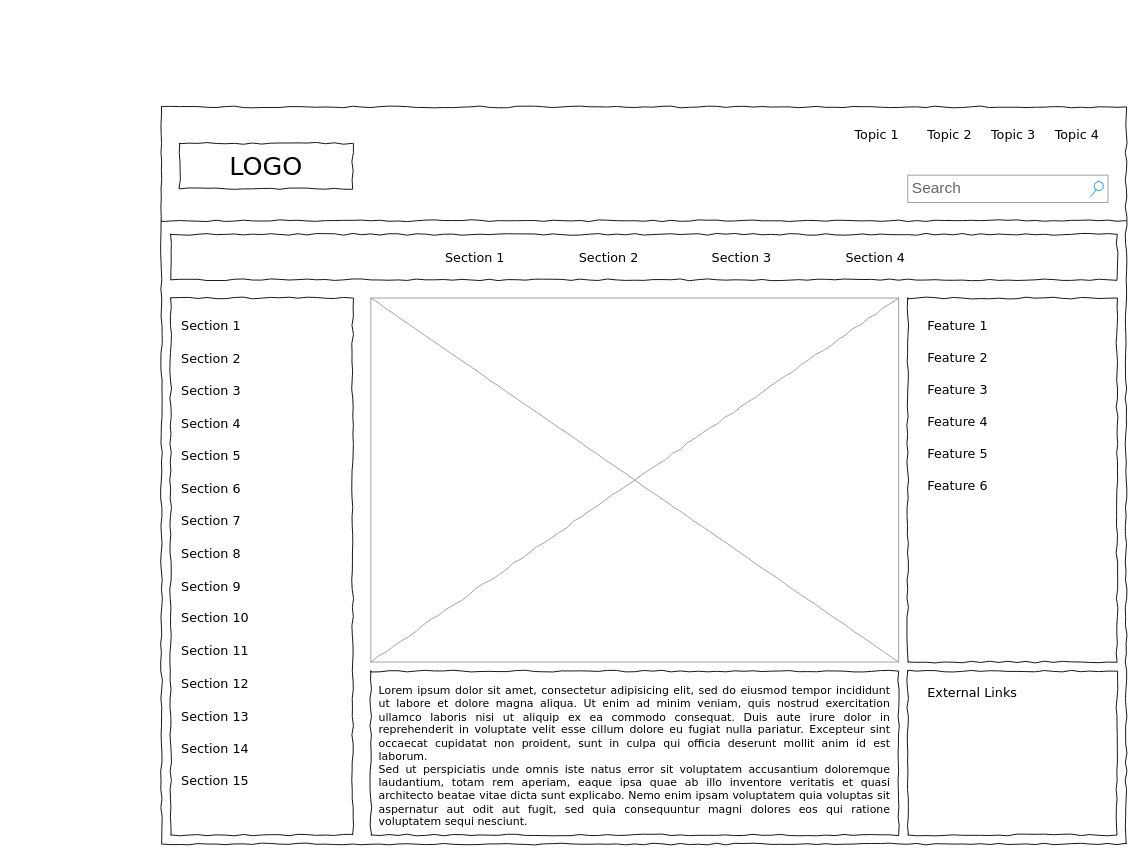
Henriejo2308/Webutvikling2022 keeps this draw.io diagram as Untitled Diagram.drawio. Above is the earlier version. Source tidied: cells renumbered, new cells numbered last; positions are measured from the earlier drawing's top-left corner, leaving out a move shared by most shapes. Both pictures are drawn from the tidied source at 91%, with x=0, y=0 at pixel (161, 106).
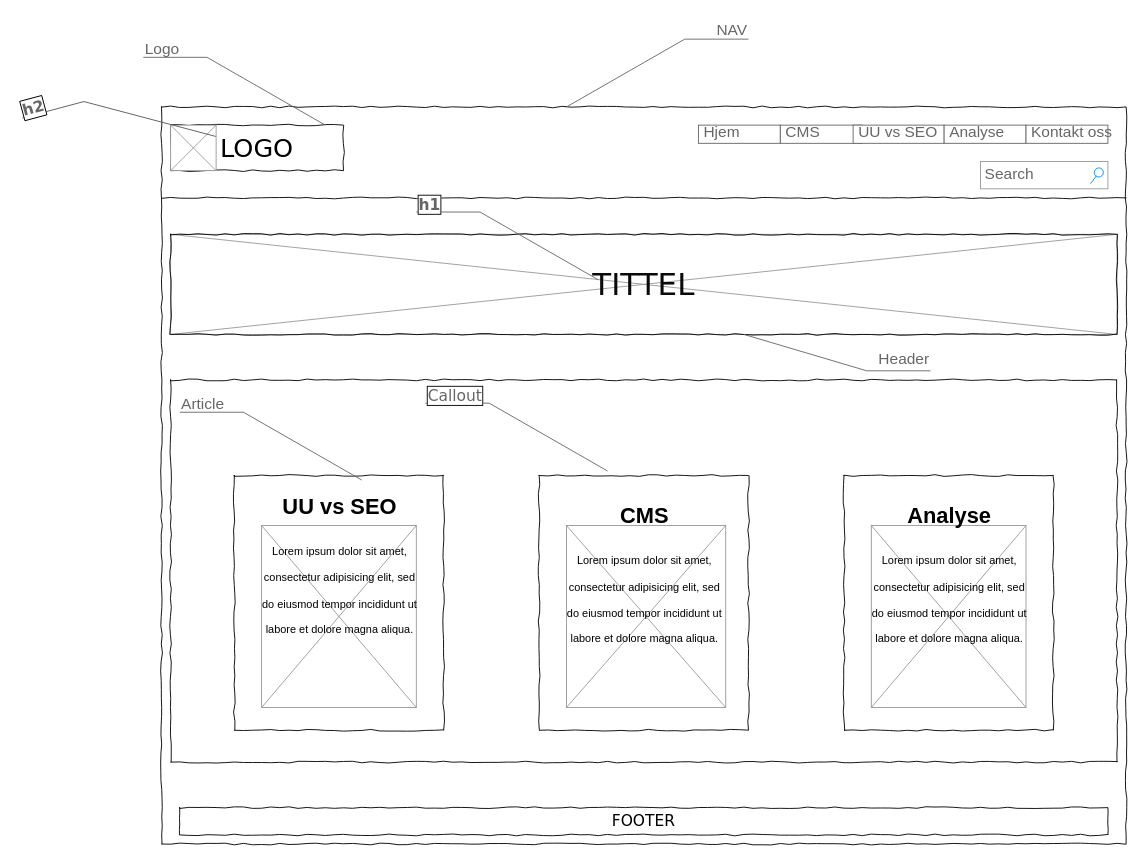
The same diagram, later.

Diff of the diagram source:
```diff
@@
+    <mxCell id="42" style="verticalLabelPosition=bottom;shadow=0;dashed=0;align=center;html=1;verticalAlign=top;strokeWidth=1;shape=mxgraph.mockup.graphics.simpleIcon;strokeColor=#999999;fontSize=34;fontColor=#0A0A0A;" parent="1" vertex="1">
+      <mxGeometry x="110" y="460" width="170" height="200" as="geometry" />
+    </mxCell>
+    <mxCell id="43" style="verticalLabelPosition=bottom;shadow=0;dashed=0;align=center;html=1;verticalAlign=top;strokeWidth=1;shape=mxgraph.mockup.graphics.simpleIcon;strokeColor=#999999;fontSize=34;fontColor=#0A0A0A;" parent="1" vertex="1">
+      <mxGeometry x="780" y="460" width="170" height="200" as="geometry" />
+    </mxCell>
+    <mxCell id="44" style="verticalLabelPosition=bottom;shadow=0;dashed=0;align=center;html=1;verticalAlign=top;strokeWidth=1;shape=mxgraph.mockup.graphics.simpleIcon;strokeColor=#999999;fontSize=34;fontColor=#0A0A0A;" parent="1" vertex="1">
+      <mxGeometry x="445" y="460" width="175" height="200" as="geometry" />
+    </mxCell>
+    <mxCell id="45" style="verticalLabelPosition=bottom;shadow=0;dashed=0;align=center;html=1;verticalAlign=top;strokeWidth=1;shape=mxgraph.mockup.graphics.simpleIcon;strokeColor=#999999;fontSize=34;fontColor=#0A0A0A;" parent="1" vertex="1">
+      <mxGeometry x="10" y="140" width="1040" height="110" as="geometry" />
+    </mxCell>
@@
     <mxCell id="3" value="LOGO" style="whiteSpace=wrap;html=1;rounded=0;shadow=0;labelBackgroundColor=none;strokeWidth=1;fontFamily=Verdana;fontSize=28;align=center;comic=1;" parent="1" vertex="1">
-      <mxGeometry x="20" y="40" width="190" height="50" as="geometry" />
+      <mxGeometry x="10" y="20" width="190" height="50" as="geometry" />
     </mxCell>
     <mxCell id="4" value="Search" style="strokeWidth=1;shadow=0;dashed=0;align=center;html=1;shape=mxgraph.mockup.forms.searchBox;strokeColor=#999999;mainText=;strokeColor2=#008cff;fontColor=#666666;fontSize=17;align=left;spacingLeft=3;rounded=0;labelBackgroundColor=none;comic=1;" parent="1" vertex="1">
-      <mxGeometry x="820" y="75" width="220" height="30" as="geometry" />
+      <mxGeometry x="900" y="60" width="140" height="30" as="geometry" />
     </mxCell>
-    <mxCell id="5" value="Topic 1" style="text;html=1;align=left;verticalAlign=top;spacingTop=-4;fontSize=14;fontFamily=Verdana;" parent="1" vertex="1">
-      <mxGeometry x="760" y="20" width="60" height="20" as="geometry" />
-    </mxCell>
-    <mxCell id="6" value="Topic 2" style="text;html=1;align=left;verticalAlign=top;spacingTop=-4;fontSize=14;fontFamily=Verdana;" parent="1" vertex="1">
-      <mxGeometry x="840" y="20" width="60" height="20" as="geometry" />
-    </mxCell>
-    <mxCell id="7" value="Topic 3" style="text;html=1;align=left;verticalAlign=top;spacingTop=-4;fontSize=14;fontFamily=Verdana;" parent="1" vertex="1">
-      <mxGeometry x="910" y="20" width="60" height="20" as="geometry" />
-    </mxCell>
-    <mxCell id="8" value="Topic 4" style="text;html=1;align=left;verticalAlign=top;spacingTop=-4;fontSize=14;fontFamily=Verdana;" parent="1" vertex="1">
-      <mxGeometry x="980" y="20" width="60" height="20" as="geometry" />
-    </mxCell>
-    <mxCell id="9" style="whiteSpace=wrap;html=1;rounded=0;shadow=0;labelBackgroundColor=none;strokeWidth=1;fillColor=none;fontFamily=Verdana;fontSize=12;align=center;comic=1;" parent="1" vertex="1">
-      <mxGeometry x="10" y="210" width="200" height="590" as="geometry" />
-    </mxCell>
     <mxCell id="10" style="line;strokeWidth=1;html=1;rounded=0;shadow=0;labelBackgroundColor=none;fillColor=none;fontFamily=Verdana;fontSize=14;fontColor=#000000;align=center;comic=1;" parent="1" vertex="1">
-      <mxGeometry y="120" width="1060" height="10" as="geometry" />
+      <mxGeometry y="95" width="1060" height="10" as="geometry" />
     </mxCell>
-    <mxCell id="11" style="whiteSpace=wrap;html=1;rounded=0;shadow=0;labelBackgroundColor=none;strokeWidth=1;fillColor=none;fontFamily=Verdana;fontSize=12;align=center;comic=1;" parent="1" vertex="1">
-      <mxGeometry x="10" y="140" width="1040" height="50" as="geometry" />
+    <mxCell id="11" value="&lt;font style=&quot;font-size: 34px;&quot; color=&quot;#0a0a0a&quot;&gt;TITTEL&lt;/font&gt;" style="whiteSpace=wrap;html=1;rounded=0;shadow=0;labelBackgroundColor=none;strokeWidth=1;fillColor=none;fontFamily=Verdana;fontSize=12;align=center;comic=1;" parent="1" vertex="1">
+      <mxGeometry x="10" y="140" width="1040" height="110" as="geometry" />
     </mxCell>
-    <mxCell id="12" value="Section 1" style="text;html=1;align=left;verticalAlign=top;spacingTop=-4;fontSize=14;fontFamily=Verdana;" parent="1" vertex="1">
-      <mxGeometry x="310" y="155" width="60" height="20" as="geometry" />
-    </mxCell>
-    <mxCell id="13" value="Section 2" style="text;html=1;align=left;verticalAlign=top;spacingTop=-4;fontSize=14;fontFamily=Verdana;" parent="1" vertex="1">
-      <mxGeometry x="457" y="155" width="60" height="20" as="geometry" />
-    </mxCell>
-    <mxCell id="14" value="Section 3" style="text;html=1;align=left;verticalAlign=top;spacingTop=-4;fontSize=14;fontFamily=Verdana;" parent="1" vertex="1">
-      <mxGeometry x="603" y="155" width="60" height="20" as="geometry" />
-    </mxCell>
-    <mxCell id="15" value="Section 4" style="text;html=1;align=left;verticalAlign=top;spacingTop=-4;fontSize=14;fontFamily=Verdana;" parent="1" vertex="1">
-      <mxGeometry x="750" y="155" width="60" height="20" as="geometry" />
-    </mxCell>
+    <mxCell id="46" value="&lt;font style=&quot;font-size: 17px;&quot;&gt;FOOTER&lt;/font&gt;" style="whiteSpace=wrap;html=1;rounded=0;shadow=0;labelBackgroundColor=none;strokeWidth=1;fillColor=none;fontFamily=Verdana;fontSize=12;align=center;comic=1;" parent="1" vertex="1">
+      <mxGeometry x="20" y="770" width="1020" height="30" as="geometry" />
+    </mxCell>
+    <mxCell id="47" style="whiteSpace=wrap;html=1;rounded=0;shadow=0;labelBackgroundColor=none;strokeWidth=1;fillColor=none;fontFamily=Verdana;fontSize=12;align=center;comic=1;" parent="1" vertex="1">
+      <mxGeometry x="10" y="300" width="1040" height="420" as="geometry" />
+    </mxCell>
+    <mxCell id="19" style="whiteSpace=wrap;html=1;rounded=0;shadow=0;labelBackgroundColor=none;strokeWidth=1;fillColor=none;fontFamily=Verdana;fontSize=12;align=center;comic=1;" parent="1" vertex="1">
+      <mxGeometry x="415" y="405" width="230" height="280" as="geometry" />
+    </mxCell>
-    <mxCell id="16" value="&lt;div style=&quot;text-align: justify&quot;&gt;&lt;span&gt;Lorem ipsum dolor sit amet, consectetur adipisicing elit, sed do eiusmod tempor incididunt ut labore et dolore magna aliqua. Ut enim ad minim veniam, quis nostrud exercitation ullamco laboris nisi ut aliquip ex ea commodo consequat. Duis aute irure dolor in reprehenderit in voluptate velit esse cillum dolore eu fugiat nulla pariatur. Excepteur sint occaecat cupidatat non proident, sunt in culpa qui officia deserunt mollit anim id est laborum.&lt;/span&gt;&lt;/div&gt;&lt;div style=&quot;text-align: justify&quot;&gt;&lt;span&gt;Sed ut perspiciatis unde omnis iste natus error sit voluptatem accusantium doloremque laudantium, totam rem aperiam, eaque ipsa quae ab illo inventore veritatis et quasi architecto beatae vitae dicta sunt explicabo. Nemo enim ipsam voluptatem quia voluptas sit aspernatur aut odit aut fugit, sed quia consequuntur magni dolores eos qui ratione voluptatem sequi nesciunt.&amp;nbsp;&lt;/span&gt;&lt;/div&gt;" style="whiteSpace=wrap;html=1;rounded=0;shadow=0;labelBackgroundColor=none;strokeWidth=1;fillColor=none;fontFamily=Verdana;fontSize=12;align=center;verticalAlign=top;spacing=10;comic=1;" parent="1" vertex="1">
-      <mxGeometry x="230" y="620" width="580" height="180" as="geometry" />
+    <mxCell id="16" value="&lt;div style=&quot;text-align: justify&quot;&gt;&lt;br&gt;&lt;/div&gt;" style="whiteSpace=wrap;html=1;rounded=0;shadow=0;labelBackgroundColor=none;strokeWidth=1;fillColor=none;fontFamily=Verdana;fontSize=12;align=center;verticalAlign=top;spacing=10;comic=1;" parent="1" vertex="1">
+      <mxGeometry x="80" y="405" width="230" height="280" as="geometry" />
     </mxCell>
-    <mxCell id="17" style="verticalLabelPosition=bottom;shadow=0;dashed=0;align=center;html=1;verticalAlign=top;strokeWidth=1;shape=mxgraph.mockup.graphics.simpleIcon;strokeColor=#999999;rounded=0;labelBackgroundColor=none;fontFamily=Verdana;fontSize=14;fontColor=#000000;comic=1;" parent="1" vertex="1">
-      <mxGeometry x="230" y="210" width="580" height="400" as="geometry" />
-    </mxCell>
     <mxCell id="18" style="whiteSpace=wrap;html=1;rounded=0;shadow=0;labelBackgroundColor=none;strokeWidth=1;fillColor=none;fontFamily=Verdana;fontSize=12;align=center;comic=1;" parent="1" vertex="1">
-      <mxGeometry x="820" y="210" width="230" height="400" as="geometry" />
+      <mxGeometry x="750" y="405" width="230" height="280" as="geometry" />
     </mxCell>
-    <mxCell id="19" style="whiteSpace=wrap;html=1;rounded=0;shadow=0;labelBackgroundColor=none;strokeWidth=1;fillColor=none;fontFamily=Verdana;fontSize=12;align=center;comic=1;" parent="1" vertex="1">
-      <mxGeometry x="820" y="620" width="230" height="180" as="geometry" />
-    </mxCell>
-    <mxCell id="20" value="Section 1" style="text;html=1;align=left;verticalAlign=top;spacingTop=-4;fontSize=14;fontFamily=Verdana;" parent="1" vertex="1">
-      <mxGeometry x="20" y="230" width="170" height="20" as="geometry" />
-    </mxCell>
-    <mxCell id="21" value="Section 2" style="text;html=1;align=left;verticalAlign=top;spacingTop=-4;fontSize=14;fontFamily=Verdana;" parent="1" vertex="1">
-      <mxGeometry x="20" y="266" width="170" height="20" as="geometry" />
-    </mxCell>
-    <mxCell id="22" value="Section 3" style="text;html=1;align=left;verticalAlign=top;spacingTop=-4;fontSize=14;fontFamily=Verdana;" parent="1" vertex="1">
-      <mxGeometry x="20" y="301" width="170" height="20" as="geometry" />
-    </mxCell>
-    <mxCell id="23" value="Section 4" style="text;html=1;align=left;verticalAlign=top;spacingTop=-4;fontSize=14;fontFamily=Verdana;" parent="1" vertex="1">
-      <mxGeometry x="20" y="337" width="170" height="20" as="geometry" />
-    </mxCell>
-    <mxCell id="24" value="Section 7" style="text;html=1;align=left;verticalAlign=top;spacingTop=-4;fontSize=14;fontFamily=Verdana;" parent="1" vertex="1">
-      <mxGeometry x="20" y="444" width="170" height="20" as="geometry" />
-    </mxCell>
-    <mxCell id="25" value="Section 8" style="text;html=1;align=left;verticalAlign=top;spacingTop=-4;fontSize=14;fontFamily=Verdana;" parent="1" vertex="1">
-      <mxGeometry x="20" y="480" width="170" height="20" as="geometry" />
-    </mxCell>
-    <mxCell id="26" value="Section 9" style="text;html=1;align=left;verticalAlign=top;spacingTop=-4;fontSize=14;fontFamily=Verdana;" parent="1" vertex="1">
-      <mxGeometry x="20" y="516" width="170" height="20" as="geometry" />
-    </mxCell>
-    <mxCell id="27" value="Section 10" style="text;html=1;align=left;verticalAlign=top;spacingTop=-4;fontSize=14;fontFamily=Verdana;" parent="1" vertex="1">
-      <mxGeometry x="20" y="551" width="170" height="20" as="geometry" />
-    </mxCell>
-    <mxCell id="28" value="Section 11" style="text;html=1;align=left;verticalAlign=top;spacingTop=-4;fontSize=14;fontFamily=Verdana;" parent="1" vertex="1">
-      <mxGeometry x="20" y="587" width="170" height="20" as="geometry" />
-    </mxCell>
-    <mxCell id="29" value="Section 12" style="text;html=1;align=left;verticalAlign=top;spacingTop=-4;fontSize=14;fontFamily=Verdana;" parent="1" vertex="1">
-      <mxGeometry x="20" y="623" width="170" height="20" as="geometry" />
-    </mxCell>
-    <mxCell id="30" value="Section 13" style="text;html=1;align=left;verticalAlign=top;spacingTop=-4;fontSize=14;fontFamily=Verdana;" parent="1" vertex="1">
-      <mxGeometry x="20" y="659" width="170" height="20" as="geometry" />
-    </mxCell>
-    <mxCell id="31" value="Section 14" style="text;html=1;align=left;verticalAlign=top;spacingTop=-4;fontSize=14;fontFamily=Verdana;" parent="1" vertex="1">
-      <mxGeometry x="20" y="694" width="170" height="20" as="geometry" />
-    </mxCell>
-    <mxCell id="32" value="Section 5" style="text;html=1;align=left;verticalAlign=top;spacingTop=-4;fontSize=14;fontFamily=Verdana;" parent="1" vertex="1">
-      <mxGeometry x="20" y="373" width="170" height="20" as="geometry" />
-    </mxCell>
-    <mxCell id="33" value="Section 6" style="text;html=1;align=left;verticalAlign=top;spacingTop=-4;fontSize=14;fontFamily=Verdana;" parent="1" vertex="1">
-      <mxGeometry x="20" y="409" width="170" height="20" as="geometry" />
-    </mxCell>
-    <mxCell id="34" value="Section 15" style="text;html=1;align=left;verticalAlign=top;spacingTop=-4;fontSize=14;fontFamily=Verdana;" parent="1" vertex="1">
-      <mxGeometry x="20" y="730" width="170" height="20" as="geometry" />
-    </mxCell>
-    <mxCell id="35" value="External Links" style="text;html=1;align=left;verticalAlign=top;spacingTop=-4;fontSize=14;fontFamily=Verdana;" parent="1" vertex="1">
-      <mxGeometry x="840" y="633" width="170" height="20" as="geometry" />
-    </mxCell>
-    <mxCell id="36" value="Feature 1" style="text;html=1;align=left;verticalAlign=top;spacingTop=-4;fontSize=14;fontFamily=Verdana;" parent="1" vertex="1">
-      <mxGeometry x="840" y="230" width="170" height="20" as="geometry" />
-    </mxCell>
-    <mxCell id="37" value="Feature 2" style="text;html=1;align=left;verticalAlign=top;spacingTop=-4;fontSize=14;fontFamily=Verdana;" parent="1" vertex="1">
-      <mxGeometry x="840" y="265" width="170" height="20" as="geometry" />
-    </mxCell>
-    <mxCell id="38" value="Feature 3" style="text;html=1;align=left;verticalAlign=top;spacingTop=-4;fontSize=14;fontFamily=Verdana;" parent="1" vertex="1">
-      <mxGeometry x="840" y="300" width="170" height="20" as="geometry" />
-    </mxCell>
-    <mxCell id="39" value="Feature 4" style="text;html=1;align=left;verticalAlign=top;spacingTop=-4;fontSize=14;fontFamily=Verdana;" parent="1" vertex="1">
-      <mxGeometry x="840" y="335" width="170" height="20" as="geometry" />
-    </mxCell>
-    <mxCell id="40" value="Feature 5" style="text;html=1;align=left;verticalAlign=top;spacingTop=-4;fontSize=14;fontFamily=Verdana;" parent="1" vertex="1">
-      <mxGeometry x="840" y="370" width="170" height="20" as="geometry" />
-    </mxCell>
-    <mxCell id="41" value="Feature 6" style="text;html=1;align=left;verticalAlign=top;spacingTop=-4;fontSize=14;fontFamily=Verdana;" parent="1" vertex="1">
-      <mxGeometry x="840" y="405" width="170" height="20" as="geometry" />
-    </mxCell>
+    <mxCell id="48" value="Article" style="strokeWidth=1;shadow=0;dashed=0;align=center;html=1;shape=mxgraph.mockup.text.callout;linkText=;textSize=17;textColor=#666666;callDir=NW;callStyle=line;fontSize=17;fontColor=#666666;align=left;verticalAlign=top;strokeColor=#666666;" parent="1" vertex="1">
+      <mxGeometry x="20" y="310" width="200" height="100" as="geometry" />
+    </mxCell>
+    <mxCell id="49" value="&lt;h1 style=&quot;text-align: center;&quot;&gt;&lt;span style=&quot;background-color: initial;&quot;&gt;UU vs SEO&lt;/span&gt;&lt;/h1&gt;&lt;h1 style=&quot;text-align: center;&quot;&gt;&lt;span style=&quot;background-color: initial; font-size: 12px; font-weight: normal;&quot;&gt;Lorem ipsum dolor sit amet, consectetur adipisicing elit, sed do eiusmod tempor incididunt ut labore et dolore magna aliqua.&lt;/span&gt;&lt;br&gt;&lt;/h1&gt;" style="text;html=1;strokeColor=none;fillColor=none;spacing=5;spacingTop=-20;whiteSpace=wrap;overflow=hidden;rounded=0;" parent="1" vertex="1">
+      <mxGeometry x="100" y="420" width="190" height="240" as="geometry" />
+    </mxCell>
+    <mxCell id="50" value="&lt;h1 style=&quot;text-align: center;&quot;&gt;&lt;span style=&quot;background-color: initial;&quot;&gt;CMS&lt;/span&gt;&lt;/h1&gt;&lt;h1 style=&quot;text-align: center;&quot;&gt;&lt;span style=&quot;background-color: initial; font-size: 12px; font-weight: normal;&quot;&gt;Lorem ipsum dolor sit amet, consectetur adipisicing elit, sed do eiusmod tempor incididunt ut labore et dolore magna aliqua.&lt;/span&gt;&lt;br&gt;&lt;/h1&gt;" style="text;html=1;strokeColor=none;fillColor=none;spacing=5;spacingTop=-20;whiteSpace=wrap;overflow=hidden;rounded=0;" parent="1" vertex="1">
+      <mxGeometry x="435" y="430" width="190" height="240" as="geometry" />
+    </mxCell>
+    <mxCell id="51" value="&lt;h1 style=&quot;text-align: center;&quot;&gt;&lt;span style=&quot;background-color: initial;&quot;&gt;Analyse&lt;/span&gt;&lt;/h1&gt;&lt;h1 style=&quot;text-align: center;&quot;&gt;&lt;span style=&quot;background-color: initial; font-size: 12px; font-weight: normal;&quot;&gt;Lorem ipsum dolor sit amet, consectetur adipisicing elit, sed do eiusmod tempor incididunt ut labore et dolore magna aliqua.&lt;/span&gt;&lt;br&gt;&lt;/h1&gt;" style="text;html=1;strokeColor=none;fillColor=none;spacing=5;spacingTop=-20;whiteSpace=wrap;overflow=hidden;rounded=0;" parent="1" vertex="1">
+      <mxGeometry x="770" y="430" width="190" height="240" as="geometry" />
+    </mxCell>
+    <mxCell id="52" value="NAV" style="strokeWidth=1;shadow=0;dashed=0;align=center;html=1;shape=mxgraph.mockup.text.callout;linkText=;textSize=17;textColor=#666666;callDir=NE;callStyle=line;fontSize=17;fontColor=#666666;align=right;verticalAlign=top;strokeColor=#666666;" parent="1" vertex="1">
+      <mxGeometry x="445" y="-100" width="200" height="100" as="geometry" />
+    </mxCell>
+    <mxCell id="53" value="Logo" style="strokeWidth=1;shadow=0;dashed=0;align=center;html=1;shape=mxgraph.mockup.text.callout;linkText=;textSize=17;textColor=#666666;callDir=NW;callStyle=line;fontSize=17;fontColor=#666666;align=left;verticalAlign=top;strokeColor=#666666;" parent="1" vertex="1">
+      <mxGeometry x="-20" y="-80" width="200" height="100" as="geometry" />
+    </mxCell>
+    <mxCell id="54" value="Hjem" style="strokeWidth=1;shadow=0;dashed=0;align=center;html=1;shape=mxgraph.mockup.text.textBox;fontColor=#666666;align=left;fontSize=17;spacingLeft=4;spacingTop=-3;strokeColor=#666666;mainText=;" parent="1" vertex="1">
+      <mxGeometry x="590" y="20" width="90" height="20" as="geometry" />
+    </mxCell>
+    <mxCell id="55" value="CMS" style="strokeWidth=1;shadow=0;dashed=0;align=center;html=1;shape=mxgraph.mockup.text.textBox;fontColor=#666666;align=left;fontSize=17;spacingLeft=4;spacingTop=-3;strokeColor=#666666;mainText=;" parent="1" vertex="1">
+      <mxGeometry x="680" y="20" width="90" height="20" as="geometry" />
+    </mxCell>
+    <mxCell id="56" value="UU vs SEO" style="strokeWidth=1;shadow=0;dashed=0;align=center;html=1;shape=mxgraph.mockup.text.textBox;fontColor=#666666;align=left;fontSize=17;spacingLeft=4;spacingTop=-3;strokeColor=#666666;mainText=;" parent="1" vertex="1">
+      <mxGeometry x="760" y="20" width="100" height="20" as="geometry" />
+    </mxCell>
+    <mxCell id="57" value="Analyse" style="strokeWidth=1;shadow=0;dashed=0;align=center;html=1;shape=mxgraph.mockup.text.textBox;fontColor=#666666;align=left;fontSize=17;spacingLeft=4;spacingTop=-3;strokeColor=#666666;mainText=;" parent="1" vertex="1">
+      <mxGeometry x="860" y="20" width="90" height="20" as="geometry" />
+    </mxCell>
+    <mxCell id="58" value="Kontakt oss" style="strokeWidth=1;shadow=0;dashed=0;align=center;html=1;shape=mxgraph.mockup.text.textBox;fontColor=#666666;align=left;fontSize=17;spacingLeft=4;spacingTop=-3;strokeColor=#666666;mainText=;" parent="1" vertex="1">
+      <mxGeometry x="950" y="20" width="90" height="20" as="geometry" />
+    </mxCell>
+    <mxCell id="59" style="verticalLabelPosition=bottom;shadow=0;dashed=0;align=center;html=1;verticalAlign=top;strokeWidth=1;shape=mxgraph.mockup.graphics.simpleIcon;strokeColor=#999999;" parent="1" vertex="1">
+      <mxGeometry x="10" y="20" width="50" height="50" as="geometry" />
+    </mxCell>
+    <mxCell id="60" value="Header" style="strokeWidth=1;shadow=0;dashed=0;align=center;html=1;shape=mxgraph.mockup.text.callout;linkText=;textSize=17;textColor=#666666;callDir=SE;callStyle=line;fontSize=17;fontColor=#666666;align=right;verticalAlign=bottom;strokeColor=#666666;" parent="1" vertex="1">
+      <mxGeometry x="640" y="250" width="205" height="40" as="geometry" />
+    </mxCell>
+    <mxCell id="61" value="&lt;b&gt;&lt;font face=&quot;Verdana&quot;&gt;h2&lt;/font&gt;&lt;/b&gt;" style="strokeWidth=1;shadow=0;dashed=0;align=center;html=1;shape=mxgraph.mockup.text.callout;linkText=;textSize=17;textColor=#666666;callDir=NW;callStyle=line;fontSize=17;fontColor=#666666;align=left;verticalAlign=top;strokeColor=#666666;labelBackgroundColor=default;labelBorderColor=default;rotation=-15;" parent="1" vertex="1">
+      <mxGeometry x="-150" y="-40" width="200" height="100" as="geometry" />
+    </mxCell>
+    <mxCell id="62" value="Callout" style="strokeWidth=1;shadow=0;dashed=0;align=center;html=1;shape=mxgraph.mockup.text.callout;linkText=;textSize=17;textColor=#666666;callDir=NW;callStyle=line;fontSize=17;fontColor=#666666;align=left;verticalAlign=top;strokeColor=#666666;labelBackgroundColor=default;labelBorderColor=default;fontFamily=Verdana;" parent="1" vertex="1">
+      <mxGeometry x="290" y="300" width="200" height="100" as="geometry" />
+    </mxCell>
+    <mxCell id="63" value="&lt;b&gt;h1&lt;/b&gt;" style="strokeWidth=1;shadow=0;dashed=0;align=center;html=1;shape=mxgraph.mockup.text.callout;linkText=;textSize=17;textColor=#666666;callDir=NW;callStyle=line;fontSize=17;fontColor=#666666;align=left;verticalAlign=top;strokeColor=#666666;labelBackgroundColor=default;labelBorderColor=default;fontFamily=Verdana;" parent="1" vertex="1">
+      <mxGeometry x="280" y="90" width="200" height="100" as="geometry" />
+    </mxCell>
```
